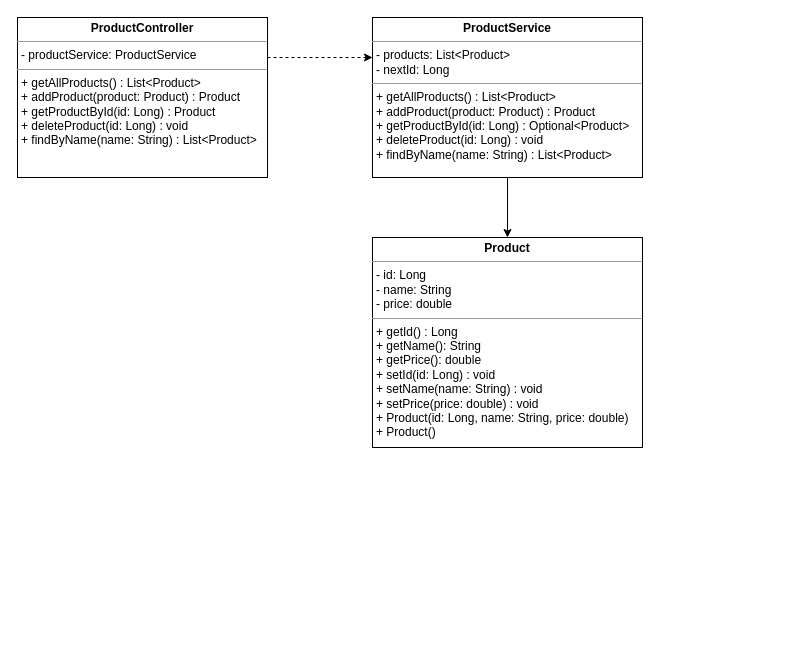
The draw.io diagram products-api/docs/uml/product.drawio in jamesiit/products-api, before the edit. Source tidied: cells renumbered, new cells numbered last; positions are measured from the earlier drawing's top-left corner, leaving out a move shared by most shapes. Both pictures are drawn from the tidied source at 100%, with x=0, y=0 at pixel (17, 17).
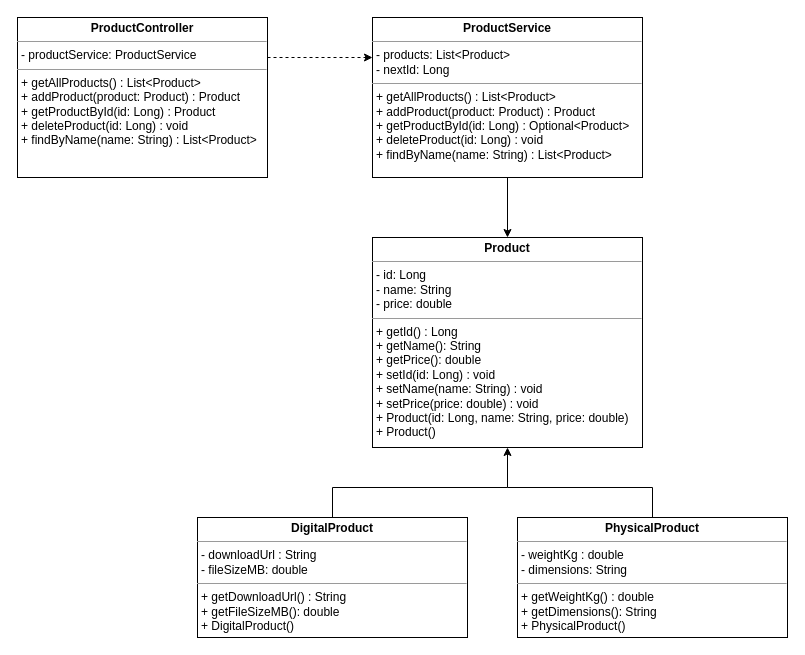
Above is the later version.

The edit, as a diff of the source:
```diff
@@
 <mxGraphModel>
   <root>
     <mxCell id="0" />
     <mxCell id="1" parent="0" />
     <mxCell id="2" value="&lt;p style=&quot;margin:0px;margin-top:4px;text-align:center;&quot;&gt;&lt;b style=&quot;&quot;&gt;Product&lt;/b&gt;&lt;/p&gt;&lt;hr size=&quot;1&quot;&gt;&lt;p style=&quot;margin:0px;margin-left:4px;&quot;&gt;- id: Long&lt;br&gt;- name: String&lt;/p&gt;&lt;p style=&quot;margin:0px;margin-left:4px;&quot;&gt;- price: double&lt;/p&gt;&lt;hr size=&quot;1&quot;&gt;&lt;p style=&quot;margin:0px;margin-left:4px;&quot;&gt;+ getId() : Long&lt;br&gt;+ getName(): String&lt;br&gt;+ getPrice(): double&lt;/p&gt;&lt;p style=&quot;margin:0px;margin-left:4px;&quot;&gt;+ setId(id: Long) : void&lt;/p&gt;&lt;p style=&quot;margin:0px;margin-left:4px;&quot;&gt;+ setName(name: String) : void&lt;/p&gt;&lt;p style=&quot;margin:0px;margin-left:4px;&quot;&gt;+ setPrice(price: double) : void&amp;nbsp;&lt;br&gt;+ Product(id: Long, name: String, price: double)&lt;br&gt;+ Product()&lt;/p&gt;" style="verticalAlign=top;align=left;overflow=fill;fontSize=12;fontFamily=Helvetica;html=1;rounded=0;shadow=0;comic=0;labelBackgroundColor=none;strokeWidth=1;" parent="1" vertex="1">
       <mxGeometry x="355" y="220" width="270" height="210" as="geometry" />
     </mxCell>
     <mxCell id="3" style="edgeStyle=orthogonalEdgeStyle;rounded=0;jettySize=auto;html=1;entryX=0.5;entryY=0;entryDx=0;entryDy=0;" parent="1" edge="1" source="4" target="2">
       <mxGeometry relative="1" as="geometry" />
     </mxCell>
     <mxCell id="4" value="&lt;p style=&quot;margin:0px;margin-top:4px;text-align:center;&quot;&gt;&lt;b&gt;ProductService&lt;/b&gt;&lt;/p&gt;&lt;hr size=&quot;1&quot;&gt;&lt;p style=&quot;margin:0px;margin-left:4px;&quot;&gt;- products: List&amp;lt;Product&amp;gt;&lt;br&gt;- nextId: Long&lt;/p&gt;&lt;hr size=&quot;1&quot;&gt;&lt;p style=&quot;margin:0px;margin-left:4px;&quot;&gt;+ getAllProducts() : List&amp;lt;Product&amp;gt;&lt;br&gt;+ addProduct(product: Product) : Product&lt;/p&gt;&lt;p style=&quot;margin:0px;margin-left:4px;&quot;&gt;+ getProductById(id: Long) : Optional&amp;lt;Product&amp;gt;&lt;/p&gt;&lt;p style=&quot;margin:0px;margin-left:4px;&quot;&gt;+ deleteProduct(id: Long) : void&lt;/p&gt;&lt;p style=&quot;margin:0px;margin-left:4px;&quot;&gt;+ findByName(name: String) : List&amp;lt;Product&amp;gt;&lt;/p&gt;" style="verticalAlign=top;align=left;overflow=fill;fontSize=12;fontFamily=Helvetica;html=1;rounded=0;shadow=0;comic=0;labelBackgroundColor=none;strokeWidth=1;" parent="1" vertex="1">
       <mxGeometry x="355" width="270" height="160" as="geometry" />
     </mxCell>
     <mxCell id="5" value="&lt;p style=&quot;margin:0px;margin-top:4px;text-align:center;&quot;&gt;&lt;b&gt;ProductController&lt;/b&gt;&lt;/p&gt;&lt;hr size=&quot;1&quot;&gt;&lt;p style=&quot;margin:0px;margin-left:4px;&quot;&gt;- productService: ProductService&lt;br&gt;&lt;/p&gt;&lt;hr size=&quot;1&quot;&gt;&lt;p style=&quot;margin:0px;margin-left:4px;&quot;&gt;+ getAllProducts() : List&amp;lt;Product&amp;gt;&lt;br&gt;+ addProduct(product: Product) : Product&lt;/p&gt;&lt;p style=&quot;margin:0px;margin-left:4px;&quot;&gt;+ getProductById(id: Long) : Product&lt;/p&gt;&lt;p style=&quot;margin:0px;margin-left:4px;&quot;&gt;+ deleteProduct(id: Long) : void&lt;/p&gt;&lt;p style=&quot;margin:0px;margin-left:4px;&quot;&gt;+ findByName(name: String) : List&amp;lt;Product&amp;gt;&lt;/p&gt;" style="verticalAlign=top;align=left;overflow=fill;fontSize=12;fontFamily=Helvetica;html=1;rounded=0;shadow=0;comic=0;labelBackgroundColor=none;strokeWidth=1;" parent="1" vertex="1">
       <mxGeometry width="250" height="160" as="geometry" />
     </mxCell>
     <mxCell id="6" style="edgeStyle=none;jettySize=auto;html=1;rounded=0;dashed=1;entryX=0;entryY=0.25;entryDx=0;entryDy=0;" parent="1" edge="1" target="4">
       <mxGeometry relative="1" as="geometry">
         <mxPoint x="250" y="40" as="sourcePoint" />
       </mxGeometry>
     </mxCell>
+    <mxCell id="7" style="edgeStyle=orthogonalEdgeStyle;rounded=0;jettySize=auto;html=1;" parent="1" edge="1" source="8">
+      <mxGeometry relative="1" as="geometry">
+        <mxPoint x="490" y="430" as="targetPoint" />
+        <Array as="points">
+          <mxPoint x="315" y="470" />
+          <mxPoint x="490" y="470" />
+        </Array>
+      </mxGeometry>
+    </mxCell>
+    <mxCell id="8" value="&lt;p style=&quot;margin:0px;margin-top:4px;text-align:center;&quot;&gt;&lt;b style=&quot;&quot;&gt;DigitalProduct&lt;/b&gt;&lt;/p&gt;&lt;hr size=&quot;1&quot;&gt;&lt;p style=&quot;margin:0px;margin-left:4px;&quot;&gt;- downloadUrl : String&lt;br&gt;- fileSizeMB: double&lt;/p&gt;&lt;p style=&quot;margin:0px;margin-left:4px;&quot;&gt;&lt;/p&gt;&lt;hr size=&quot;1&quot;&gt;&lt;p style=&quot;margin:0px;margin-left:4px;&quot;&gt;+ getDownloadUrl() : String&lt;/p&gt;&lt;p style=&quot;margin:0px;margin-left:4px;&quot;&gt;+ getFileSizeMB(): double&lt;/p&gt;&lt;p style=&quot;margin:0px;margin-left:4px;&quot;&gt;+ DigitalProduct()&lt;/p&gt;&lt;p style=&quot;margin:0px;margin-left:4px;&quot;&gt;&lt;/p&gt;" style="verticalAlign=top;align=left;overflow=fill;fontSize=12;fontFamily=Helvetica;html=1;rounded=0;shadow=0;comic=0;labelBackgroundColor=none;strokeWidth=1;" parent="1" vertex="1">
+      <mxGeometry x="180" y="500" width="270" height="120" as="geometry" />
+    </mxCell>
+    <mxCell id="9" style="edgeStyle=orthogonalEdgeStyle;rounded=0;jettySize=auto;html=1;endArrow=none;endFill=0;" parent="1" edge="1" source="10">
+      <mxGeometry relative="1" as="geometry">
+        <mxPoint x="490" y="470" as="targetPoint" />
+        <Array as="points">
+          <mxPoint x="635" y="470" />
+        </Array>
+      </mxGeometry>
+    </mxCell>
+    <mxCell id="10" value="&lt;p style=&quot;margin:0px;margin-top:4px;text-align:center;&quot;&gt;&lt;b style=&quot;&quot;&gt;PhysicalProduct&lt;/b&gt;&lt;/p&gt;&lt;hr size=&quot;1&quot;&gt;&lt;p style=&quot;margin:0px;margin-left:4px;&quot;&gt;- weightKg : double&lt;br&gt;- dimensions: String&lt;/p&gt;&lt;p style=&quot;margin:0px;margin-left:4px;&quot;&gt;&lt;/p&gt;&lt;hr size=&quot;1&quot;&gt;&lt;p style=&quot;margin:0px;margin-left:4px;&quot;&gt;+ getWeightKg() : double&lt;/p&gt;&lt;p style=&quot;margin:0px;margin-left:4px;&quot;&gt;+ getDimensions(): String&lt;/p&gt;&lt;p style=&quot;margin:0px;margin-left:4px;&quot;&gt;+ PhysicalProduct()&lt;/p&gt;&lt;p style=&quot;margin:0px;margin-left:4px;&quot;&gt;&lt;/p&gt;" style="verticalAlign=top;align=left;overflow=fill;fontSize=12;fontFamily=Helvetica;html=1;rounded=0;shadow=0;comic=0;labelBackgroundColor=none;strokeWidth=1;" parent="1" vertex="1">
+      <mxGeometry x="500" y="500" width="270" height="120" as="geometry" />
+    </mxCell>
   </root>
 </mxGraphModel>
```
